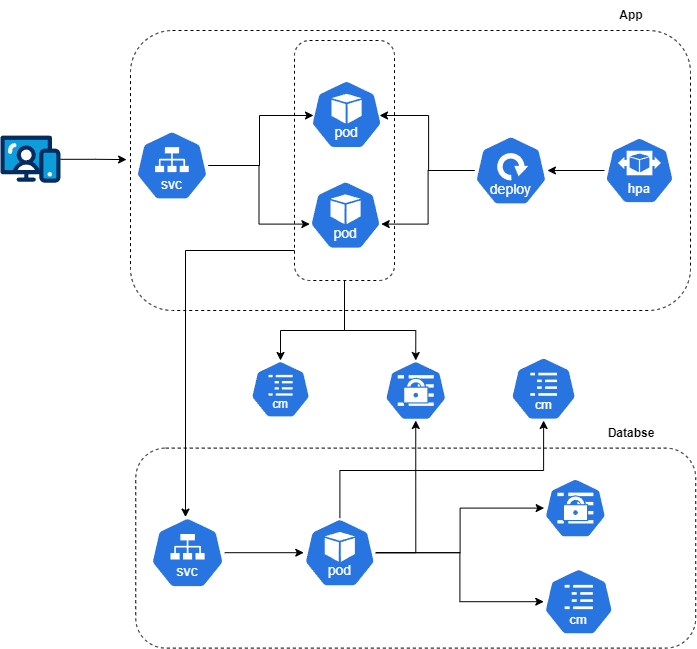
Earlier version of the draw.io export assets/app_database_without_volume.png (TC-SOAT4/lanchonete-app). Source tidied: cells renumbered, new cells last; positions are measured from the earlier drawing's top-left corner, leaving out a move shared by most shapes.
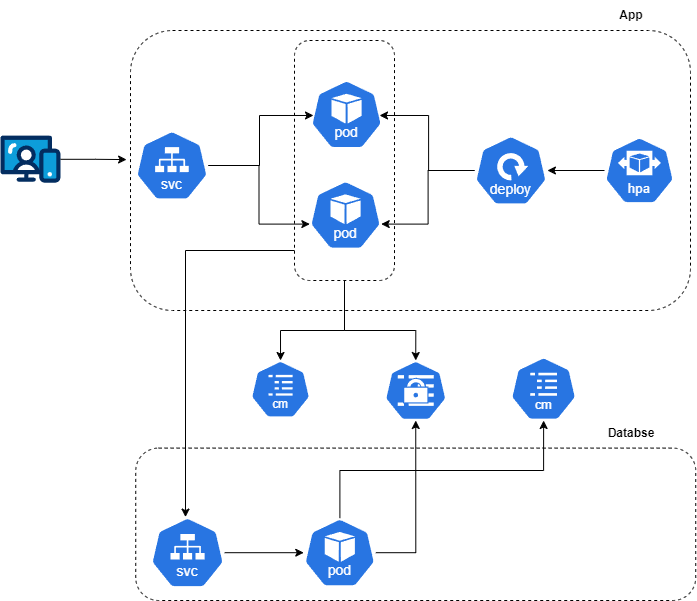
After the commit.

Commit message:
Ajuste imagem

Change to the diagram source:
```diff
@@ -6,7 +6,7 @@
       <mxGeometry x="130" y="30" width="560" height="280" as="geometry" />
     </mxCell>
     <mxCell id="3" style="rounded=1;whiteSpace=wrap;html=1;fillColor=none;dashed=1;" parent="1" vertex="1">
-      <mxGeometry x="135.2" y="447.6" width="560" height="200" as="geometry" />
+      <mxGeometry x="135.2" y="447.6" width="560" height="152.4" as="geometry" />
     </mxCell>
     <mxCell id="4" style="rounded=1;whiteSpace=wrap;html=1;dashed=1;fillColor=none;" parent="1" vertex="1">
       <mxGeometry x="294" y="40" width="100" height="240" as="geometry" />
@@ -66,24 +66,12 @@
         </Array>
       </mxGeometry>
     </mxCell>
-    <mxCell id="20" style="sketch=0;html=1;dashed=0;whitespace=wrap;fillColor=#2875E2;strokeColor=#ffffff;points=[[0.005,0.63,0],[0.1,0.2,0],[0.9,0.2,0],[0.5,0,0],[0.995,0.63,0],[0.72,0.99,0],[0.5,1,0],[0.28,0.99,0]];shape=mxgraph.kubernetes.icon2;prIcon=secret;" parent="1" vertex="1">
-      <mxGeometry x="543.7" y="477.6" width="62.5" height="60" as="geometry" />
-    </mxCell>
-    <mxCell id="21" style="sketch=0;html=1;dashed=0;whitespace=wrap;fillColor=#2875E2;strokeColor=#ffffff;points=[[0.005,0.63,0],[0.1,0.2,0],[0.9,0.2,0],[0.5,0,0],[0.995,0.63,0],[0.72,0.99,0],[0.5,1,0],[0.28,0.99,0]];shape=mxgraph.kubernetes.icon2;kubernetesLabel=1;prIcon=cm;" parent="1" vertex="1">
-      <mxGeometry x="543.2" y="567.6" width="70" height="67.2" as="geometry" />
-    </mxCell>
     <mxCell id="22" style="edgeStyle=orthogonalEdgeStyle;rounded=0;jettySize=auto;html=1;" parent="1" edge="1" source="23" target="26">
       <mxGeometry relative="1" as="geometry" />
     </mxCell>
     <mxCell id="23" style="sketch=0;html=1;dashed=0;whitespace=wrap;fillColor=#2875E2;strokeColor=#ffffff;points=[[0.005,0.63,0],[0.1,0.2,0],[0.9,0.2,0],[0.5,0,0],[0.995,0.63,0],[0.72,0.99,0],[0.5,1,0],[0.28,0.99,0]];shape=mxgraph.kubernetes.icon2;kubernetesLabel=1;prIcon=svc;" parent="1" vertex="1">
       <mxGeometry x="150" y="516.6" width="74.2" height="71.2" as="geometry" />
     </mxCell>
-    <mxCell id="24" style="edgeStyle=orthogonalEdgeStyle;rounded=0;jettySize=auto;html=1;" parent="1" edge="1" source="26" target="20">
-      <mxGeometry relative="1" as="geometry" />
-    </mxCell>
-    <mxCell id="25" style="edgeStyle=orthogonalEdgeStyle;rounded=0;jettySize=auto;html=1;" parent="1" edge="1" source="26" target="21">
-      <mxGeometry relative="1" as="geometry" />
-    </mxCell>
     <mxCell id="26" style="sketch=0;html=1;dashed=0;whitespace=wrap;fillColor=#2875E2;strokeColor=#ffffff;points=[[0.005,0.63,0],[0.1,0.2,0],[0.9,0.2,0],[0.5,0,0],[0.995,0.63,0],[0.72,0.99,0],[0.5,1,0],[0.28,0.99,0]];shape=mxgraph.kubernetes.icon2;kubernetesLabel=1;prIcon=pod;" parent="1" vertex="1">
       <mxGeometry x="303.2" y="517.6" width="72.1" height="69.2" as="geometry" />
     </mxCell>
```
